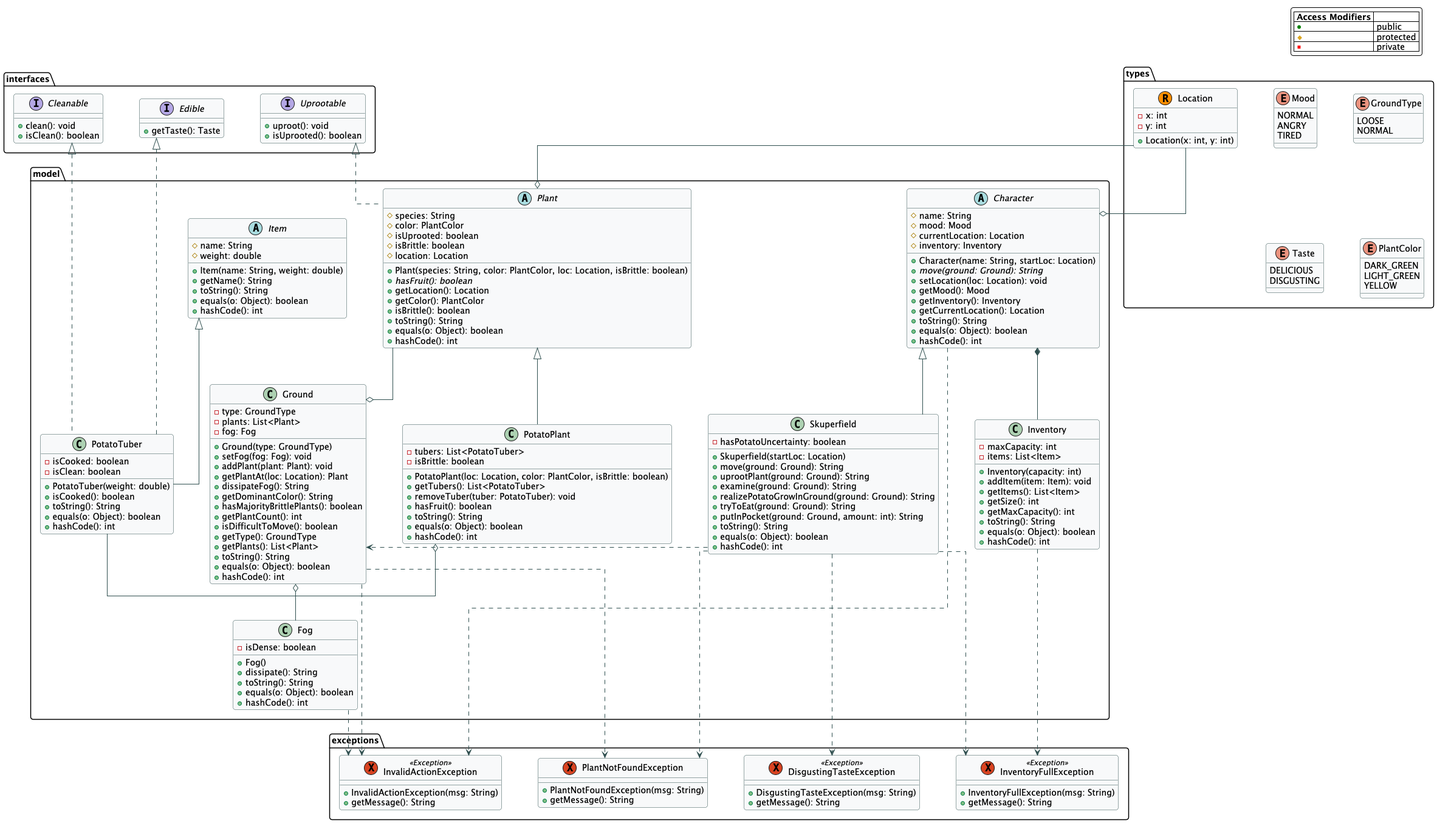
This is lab3-4/docs/diagram.png from mikhalexandr/itmo-cse-programming, a PlantUML export, as it was before one commit.
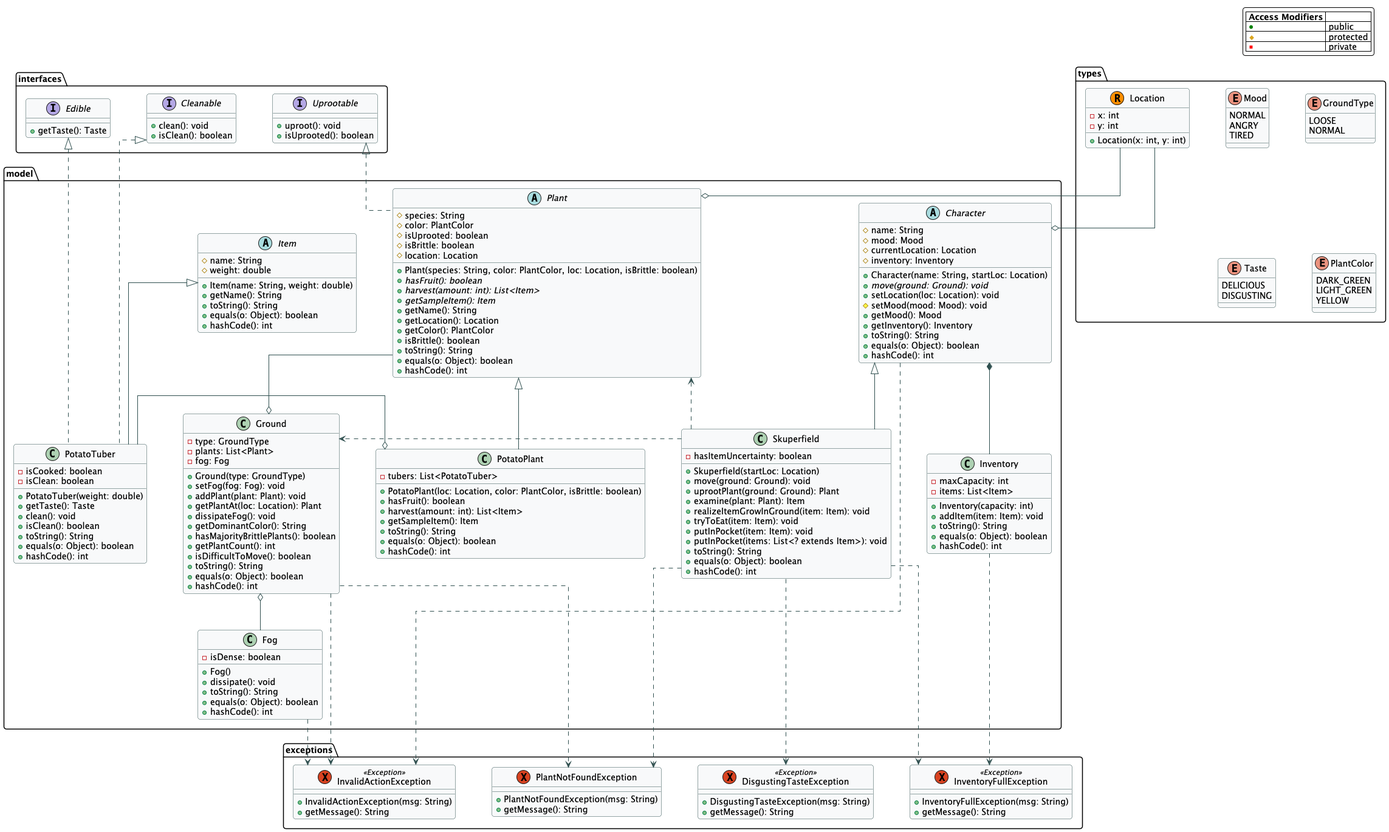
After the change.

Change to the diagram source:
```diff
@@ -102,6 +102,9 @@
         # location: Location
         + Plant(species: String, color: PlantColor, loc: Location, isBrittle: boolean)
         + {abstract} hasFruit(): boolean
+        + {abstract} harvest(amount: int): List<Item>
+        + {abstract} getSampleItem(): Item
+        + getName(): String
         + getLocation(): Location
         + getColor(): PlantColor
         + isBrittle(): boolean
@@ -116,11 +119,11 @@
         # currentLocation: Location
         # inventory: Inventory
         + Character(name: String, startLoc: Location)
-        + {abstract} move(ground: Ground): String
+        + {abstract} move(ground: Ground): void
         + setLocation(loc: Location): void
+        # setMood(mood: Mood): void
         + getMood(): Mood
         + getInventory(): Inventory
-        + getCurrentLocation(): Location
         + toString(): String
         + equals(o: Object): boolean
         + hashCode(): int
@@ -130,7 +133,9 @@
         - isCooked: boolean
         - isClean: boolean
         + PotatoTuber(weight: double)
-        + isCooked(): boolean
+        + getTaste(): Taste
+        + clean(): void
+        + isClean(): boolean
         + toString(): String
         + equals(o: Object): boolean
         + hashCode(): int
@@ -138,25 +143,25 @@
 
     class PotatoPlant {
         - tubers: List<PotatoTuber>
-        - isBrittle: boolean
         + PotatoPlant(loc: Location, color: PlantColor, isBrittle: boolean)
-        + getTubers(): List<PotatoTuber>
-        + removeTuber(tuber: PotatoTuber): void
         + hasFruit(): boolean
+        + harvest(amount: int): List<Item>
+        + getSampleItem(): Item
         + toString(): String
         + equals(o: Object): boolean
         + hashCode(): int
     }
 
     class Skuperfield {
-        - hasPotatoUncertainty: boolean
+        - hasItemUncertainty: boolean
         + Skuperfield(startLoc: Location)
-        + move(ground: Ground): String
-        + uprootPlant(ground: Ground): String
-        + examine(ground: Ground): String
-        + realizePotatoGrowInGround(ground: Ground): String
-        + tryToEat(ground: Ground): String
-        + putInPocket(ground: Ground, amount: int): String
+        + move(ground: Ground): void
+        + uprootPlant(ground: Ground): Plant
+        + examine(plant: Plant): Item
+        + realizeItemGrowInGround(item: Item): void
+        + tryToEat(item: Item): void
+        + putInPocket(item: Item): void
+        + putInPocket(items: List<? extends Item>): void
         + toString(): String
         + equals(o: Object): boolean
         + hashCode(): int
@@ -167,9 +172,6 @@
         - items: List<Item>
         + Inventory(capacity: int)
         + addItem(item: Item): void
-        + getItems(): List<Item>
-        + getSize(): int
-        + getMaxCapacity(): int
         + toString(): String
         + equals(o: Object): boolean
         + hashCode(): int
@@ -183,13 +185,11 @@
         + setFog(fog: Fog): void
         + addPlant(plant: Plant): void
         + getPlantAt(loc: Location): Plant
-        + dissipateFog(): String
+        + dissipateFog(): void
         + getDominantColor(): String
         + hasMajorityBrittlePlants(): boolean
         + getPlantCount(): int
         + isDifficultToMove(): boolean
-        + getType(): GroundType
-        + getPlants(): List<Plant>
         + toString(): String
         + equals(o: Object): boolean
         + hashCode(): int
@@ -198,7 +198,7 @@
     class Fog {
         - isDense: boolean
         + Fog()
-        + dissipate(): String
+        + dissipate(): void
         + toString(): String
         + equals(o: Object): boolean
         + hashCode(): int
@@ -232,6 +232,7 @@
 Inventory .down.> InventoryFullException
 
 Skuperfield .right.> Ground
+Skuperfield .right.> Plant
 
 Item -[hidden]right- Plant
 Plant -[hidden]right- Character
```
